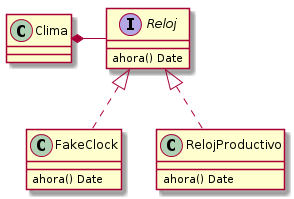
This is diagrams/clima.png from fiuba/algo3_mocks_examples, a PlantUML export, as it was before one commit.
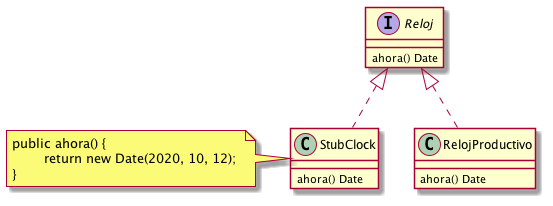
After the change.

What changed in the source:
```diff
@@ -4,13 +4,13 @@
 interface Reloj
 Reloj : ahora() Date
 
-Reloj <|.. FakeClock
-FakeClock : ahora() Date
+Reloj <|.. StubClock
+StubClock : ahora() Date
+note left: public ahora() { \n \treturn new Date(2020, 10, 12); \n}
 
 Reloj <|.. RelojProductivo
 RelojProductivo : ahora() Date
 
 
-Clima *- Reloj
 
 @enduml
```
